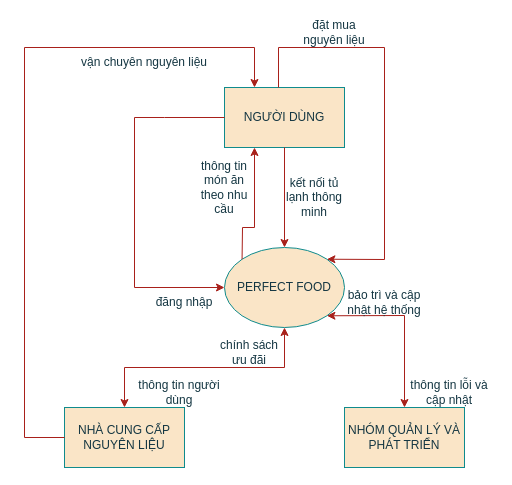
Earlier version of the draw.io diagram buiss.drawio (anhhuy1010/helloo). Source tidied: cells renumbered, new cells numbered last; positions are measured from the earlier drawing's top-left corner, leaving out a move shared by most shapes. Both pictures are drawn from the tidied source at 100%, with x=0, y=0 at pixel (24, 17).
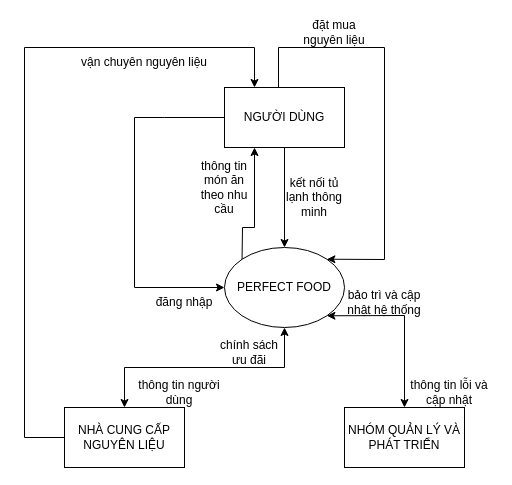
The same page after the edit.

Commit message (it also covers changes not shown here):
Cập nhật buiss.drawio

Change to the diagram source:
```diff
@@
-    <mxCell id="2" style="edgeStyle=orthogonalEdgeStyle;rounded=0;jettySize=auto;html=1;exitX=1;exitY=0;exitDx=0;exitDy=0;labelBackgroundColor=none;strokeColor=#A8201A;fontColor=default;" parent="1" edge="1" source="3">
+    <mxCell id="2" style="edgeStyle=orthogonalEdgeStyle;rounded=0;jettySize=auto;html=1;exitX=1;exitY=0;exitDx=0;exitDy=0;" parent="1" edge="1" source="3">
       <mxGeometry relative="1" as="geometry">
         <mxPoint x="302" y="242" as="targetPoint" />
       </mxGeometry>
     </mxCell>
-    <mxCell id="3" value="PERFECT FOOD" style="ellipse;whiteSpace=wrap;html=1;labelBackgroundColor=none;fillColor=#FAE5C7;strokeColor=#0F8B8D;fontColor=#143642;" parent="1" vertex="1">
+    <mxCell id="3" value="PERFECT FOOD" style="ellipse;whiteSpace=wrap;html=1;" parent="1" vertex="1">
       <mxGeometry x="200" y="230" width="120" height="80" as="geometry" />
     </mxCell>
-    <mxCell id="4" value="NGƯỜI DÙNG" style="rounded=0;whiteSpace=wrap;html=1;labelBackgroundColor=none;fillColor=#FAE5C7;strokeColor=#0F8B8D;fontColor=#143642;" parent="1" vertex="1">
+    <mxCell id="4" value="NGƯỜI DÙNG" style="rounded=0;whiteSpace=wrap;html=1;" parent="1" vertex="1">
       <mxGeometry x="200" y="70" width="120" height="60" as="geometry" />
     </mxCell>
-    <mxCell id="5" value="NHÀ CUNG CẤP NGUYÊN LIỆU" style="rounded=0;whiteSpace=wrap;html=1;labelBackgroundColor=none;fillColor=#FAE5C7;strokeColor=#0F8B8D;fontColor=#143642;" parent="1" vertex="1">
+    <mxCell id="5" value="NHÀ CUNG CẤP NGUYÊN LIỆU" style="rounded=0;whiteSpace=wrap;html=1;" parent="1" vertex="1">
       <mxGeometry x="40" y="390" width="120" height="60" as="geometry" />
     </mxCell>
-    <mxCell id="6" value="NHÓM QUẢN LÝ VÀ PHÁT TRIỂN" style="rounded=0;whiteSpace=wrap;html=1;labelBackgroundColor=none;fillColor=#FAE5C7;strokeColor=#0F8B8D;fontColor=#143642;" parent="1" vertex="1">
+    <mxCell id="6" value="NHÓM QUẢN LÝ VÀ PHÁT TRIỂN" style="rounded=0;whiteSpace=wrap;html=1;" parent="1" vertex="1">
       <mxGeometry x="320" y="390" width="120" height="60" as="geometry" />
     </mxCell>
-    <mxCell id="7" style="endArrow=classic;html=1;rounded=0;exitX=0.5;exitY=1;exitDx=0;exitDy=0;entryX=0.5;entryY=0;entryDx=0;entryDy=0;labelBackgroundColor=none;strokeColor=#A8201A;fontColor=default;" parent="1" edge="1" source="4" target="3">
+    <mxCell id="7" style="endArrow=classic;html=1;rounded=0;exitX=0.5;exitY=1;exitDx=0;exitDy=0;entryX=0.5;entryY=0;entryDx=0;entryDy=0;" parent="1" edge="1" source="4" target="3">
       <mxGeometry relative="1" as="geometry" />
     </mxCell>
-    <mxCell id="8" style="endArrow=classic;html=1;rounded=0;exitX=0.5;exitY=0;exitDx=0;exitDy=0;entryX=1;entryY=0;entryDx=0;entryDy=0;labelBackgroundColor=none;strokeColor=#A8201A;fontColor=default;" parent="1" edge="1" target="3">
+    <mxCell id="8" style="endArrow=classic;html=1;rounded=0;exitX=0.5;exitY=0;exitDx=0;exitDy=0;entryX=1;entryY=0;entryDx=0;entryDy=0;" parent="1" edge="1" target="3">
       <mxGeometry relative="1" as="geometry">
         <mxPoint x="254" y="70" as="sourcePoint" />
         <Array as="points">
           <mxPoint x="254" y="30" />
           <mxPoint x="360" y="30" />
           <mxPoint x="360" y="242" />
         </Array>
       </mxGeometry>
     </mxCell>
-    <mxCell id="9" value="kết nối tủ lạnh thông minh" style="text;html=1;strokeColor=none;fillColor=none;align=center;verticalAlign=middle;whiteSpace=wrap;rounded=0;labelBackgroundColor=none;fontColor=#143642;" parent="1" vertex="1">
+    <mxCell id="9" value="kết nối tủ lạnh thông minh" style="text;html=1;strokeColor=none;fillColor=none;align=center;verticalAlign=middle;whiteSpace=wrap;rounded=0;" parent="1" vertex="1">
       <mxGeometry x="260" y="140" width="60" height="80" as="geometry" />
     </mxCell>
-    <mxCell id="10" value="đặt mua nguyên liệu" style="text;html=1;strokeColor=none;fillColor=none;align=center;verticalAlign=middle;whiteSpace=wrap;rounded=0;labelBackgroundColor=none;fontColor=#143642;" parent="1" vertex="1">
+    <mxCell id="10" value="đặt mua nguyên liệu" style="text;html=1;strokeColor=none;fillColor=none;align=center;verticalAlign=middle;whiteSpace=wrap;rounded=0;" parent="1" vertex="1">
       <mxGeometry x="270" width="80" height="30" as="geometry" />
     </mxCell>
-    <mxCell id="11" value="thông tin món ăn theo nhu cầu" style="text;html=1;strokeColor=none;fillColor=none;align=center;verticalAlign=middle;whiteSpace=wrap;rounded=0;labelBackgroundColor=none;fontColor=#143642;" parent="1" vertex="1">
+    <mxCell id="11" value="thông tin món ăn theo nhu cầu" style="text;html=1;strokeColor=none;fillColor=none;align=center;verticalAlign=middle;whiteSpace=wrap;rounded=0;" parent="1" vertex="1">
       <mxGeometry x="170" y="140" width="60" height="60" as="geometry" />
     </mxCell>
-    <mxCell id="12" style="endArrow=classic;html=1;rounded=0;exitX=0;exitY=0.5;exitDx=0;exitDy=0;entryX=0;entryY=0.5;entryDx=0;entryDy=0;labelBackgroundColor=none;strokeColor=#A8201A;fontColor=default;" parent="1" edge="1" source="4" target="3">
+    <mxCell id="12" style="endArrow=classic;html=1;rounded=0;exitX=0;exitY=0.5;exitDx=0;exitDy=0;entryX=0;entryY=0.5;entryDx=0;entryDy=0;" parent="1" edge="1" source="4" target="3">
       <mxGeometry relative="1" as="geometry">
         <Array as="points">
           <mxPoint x="140" y="100" />
           <mxPoint x="110" y="100" />
           <mxPoint x="110" y="270" />
         </Array>
       </mxGeometry>
     </mxCell>
-    <mxCell id="13" value="đăng nhập" style="text;html=1;strokeColor=none;fillColor=none;align=center;verticalAlign=middle;whiteSpace=wrap;rounded=0;labelBackgroundColor=none;fontColor=#143642;" parent="1" vertex="1">
+    <mxCell id="13" value="đăng nhập" style="text;html=1;strokeColor=none;fillColor=none;align=center;verticalAlign=middle;whiteSpace=wrap;rounded=0;" parent="1" vertex="1">
       <mxGeometry x="130" y="270" width="60" height="30" as="geometry" />
     </mxCell>
-    <mxCell id="14" style="endArrow=classic;html=1;rounded=0;exitX=0;exitY=0.5;exitDx=0;exitDy=0;entryX=0.25;entryY=0;entryDx=0;entryDy=0;labelBackgroundColor=none;strokeColor=#A8201A;fontColor=default;" parent="1" edge="1" source="5" target="4">
+    <mxCell id="14" style="endArrow=classic;html=1;rounded=0;exitX=0;exitY=0.5;exitDx=0;exitDy=0;entryX=0.25;entryY=0;entryDx=0;entryDy=0;" parent="1" edge="1" source="5" target="4">
       <mxGeometry relative="1" as="geometry">
         <Array as="points">
           <mxPoint y="420" />
           <mxPoint y="30" />
           <mxPoint x="230" y="30" />
         </Array>
       </mxGeometry>
     </mxCell>
-    <mxCell id="15" style="endArrow=classic;html=1;rounded=0;entryX=0.25;entryY=1;entryDx=0;entryDy=0;exitX=0;exitY=0;exitDx=0;exitDy=0;labelBackgroundColor=none;strokeColor=#A8201A;fontColor=default;" parent="1" edge="1" source="3" target="4">
+    <mxCell id="15" style="endArrow=classic;html=1;rounded=0;entryX=0.25;entryY=1;entryDx=0;entryDy=0;exitX=0;exitY=0;exitDx=0;exitDy=0;" parent="1" edge="1" source="3" target="4">
       <mxGeometry relative="1" as="geometry">
         <Array as="points">
           <mxPoint x="218" y="210" />
           <mxPoint x="230" y="210" />
         </Array>
       </mxGeometry>
     </mxCell>
-    <mxCell id="16" value="vận chuyên nguyên liệu" style="text;html=1;strokeColor=none;fillColor=none;align=center;verticalAlign=middle;whiteSpace=wrap;rounded=0;labelBackgroundColor=none;fontColor=#143642;" parent="1" vertex="1">
+    <mxCell id="16" value="vận chuyên nguyên liệu" style="text;html=1;strokeColor=none;fillColor=none;align=center;verticalAlign=middle;whiteSpace=wrap;rounded=0;" parent="1" vertex="1">
       <mxGeometry x="50" y="30" width="140" height="30" as="geometry" />
     </mxCell>
-    <mxCell id="17" style="endArrow=classic;startArrow=classic;html=1;rounded=0;exitX=0.5;exitY=0;exitDx=0;exitDy=0;entryX=0.5;entryY=1;entryDx=0;entryDy=0;labelBackgroundColor=none;strokeColor=#A8201A;fontColor=default;" parent="1" edge="1" source="5" target="3">
+    <mxCell id="17" style="endArrow=classic;startArrow=classic;html=1;rounded=0;exitX=0.5;exitY=0;exitDx=0;exitDy=0;entryX=0.5;entryY=1;entryDx=0;entryDy=0;" parent="1" edge="1" source="5" target="3">
       <mxGeometry relative="1" as="geometry">
         <Array as="points">
           <mxPoint x="100" y="350" />
           <mxPoint x="260" y="350" />
         </Array>
       </mxGeometry>
     </mxCell>
-    <mxCell id="18" value="chính sách ưu đãi" style="text;html=1;strokeColor=none;fillColor=none;align=center;verticalAlign=middle;whiteSpace=wrap;rounded=0;labelBackgroundColor=none;fontColor=#143642;" parent="1" vertex="1">
+    <mxCell id="18" value="chính sách ưu đãi" style="text;html=1;strokeColor=none;fillColor=none;align=center;verticalAlign=middle;whiteSpace=wrap;rounded=0;" parent="1" vertex="1">
       <mxGeometry x="190" y="320" width="70" height="30" as="geometry" />
     </mxCell>
-    <mxCell id="19" value="thông tin người dùng" style="text;html=1;strokeColor=none;fillColor=none;align=center;verticalAlign=middle;whiteSpace=wrap;rounded=0;labelBackgroundColor=none;fontColor=#143642;" parent="1" vertex="1">
+    <mxCell id="19" value="thông tin người dùng" style="text;html=1;strokeColor=none;fillColor=none;align=center;verticalAlign=middle;whiteSpace=wrap;rounded=0;" parent="1" vertex="1">
       <mxGeometry x="100" y="360" width="110" height="30" as="geometry" />
     </mxCell>
-    <mxCell id="20" style="endArrow=classic;startArrow=classic;html=1;rounded=0;exitX=1;exitY=1;exitDx=0;exitDy=0;entryX=0.5;entryY=0;entryDx=0;entryDy=0;labelBackgroundColor=none;strokeColor=#A8201A;fontColor=default;" parent="1" edge="1" source="3" target="6">
+    <mxCell id="20" style="endArrow=classic;startArrow=classic;html=1;rounded=0;exitX=1;exitY=1;exitDx=0;exitDy=0;entryX=0.5;entryY=0;entryDx=0;entryDy=0;" parent="1" edge="1" source="3" target="6">
       <mxGeometry relative="1" as="geometry">
         <Array as="points">
           <mxPoint x="380" y="298" />
         </Array>
       </mxGeometry>
     </mxCell>
-    <mxCell id="21" value="bảo trì và cập nhật hệ thống" style="text;html=1;strokeColor=none;fillColor=none;align=center;verticalAlign=middle;whiteSpace=wrap;rounded=0;labelBackgroundColor=none;fontColor=#143642;" parent="1" vertex="1">
+    <mxCell id="21" value="bảo trì và cập nhật hệ thống" style="text;html=1;strokeColor=none;fillColor=none;align=center;verticalAlign=middle;whiteSpace=wrap;rounded=0;" parent="1" vertex="1">
       <mxGeometry x="310" y="270" width="100" height="30" as="geometry" />
     </mxCell>
-    <mxCell id="22" value="thông tin lỗi và cập nhật" style="text;html=1;strokeColor=none;fillColor=none;align=center;verticalAlign=middle;whiteSpace=wrap;rounded=0;labelBackgroundColor=none;fontColor=#143642;" parent="1" vertex="1">
+    <mxCell id="22" value="thông tin lỗi và cập nhật" style="text;html=1;strokeColor=none;fillColor=none;align=center;verticalAlign=middle;whiteSpace=wrap;rounded=0;" parent="1" vertex="1">
       <mxGeometry x="380" y="360" width="90" height="30" as="geometry" />
     </mxCell>
```
